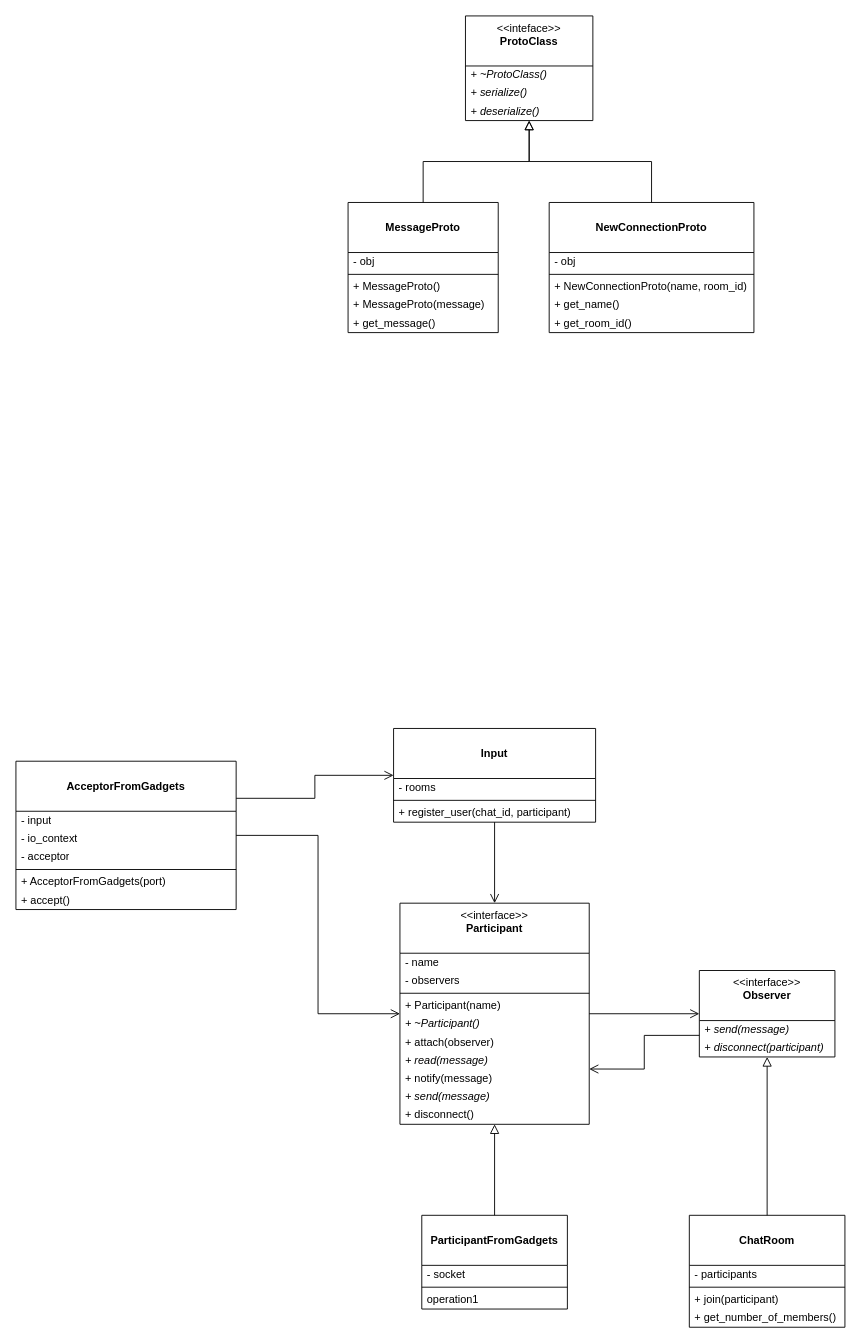
Before: page "Server Code" (3 of 6) of Speaky.drawio in Foxyman-sama/Speaky, a draw.io diagram. Source tidied: cells renumbered, new cells numbered last; positions are measured from the earlier drawing's top-left corner, leaving out a move shared by most shapes. Both pictures are drawn from the tidied source at 91%, with x=0, y=0 at pixel (15, 15).
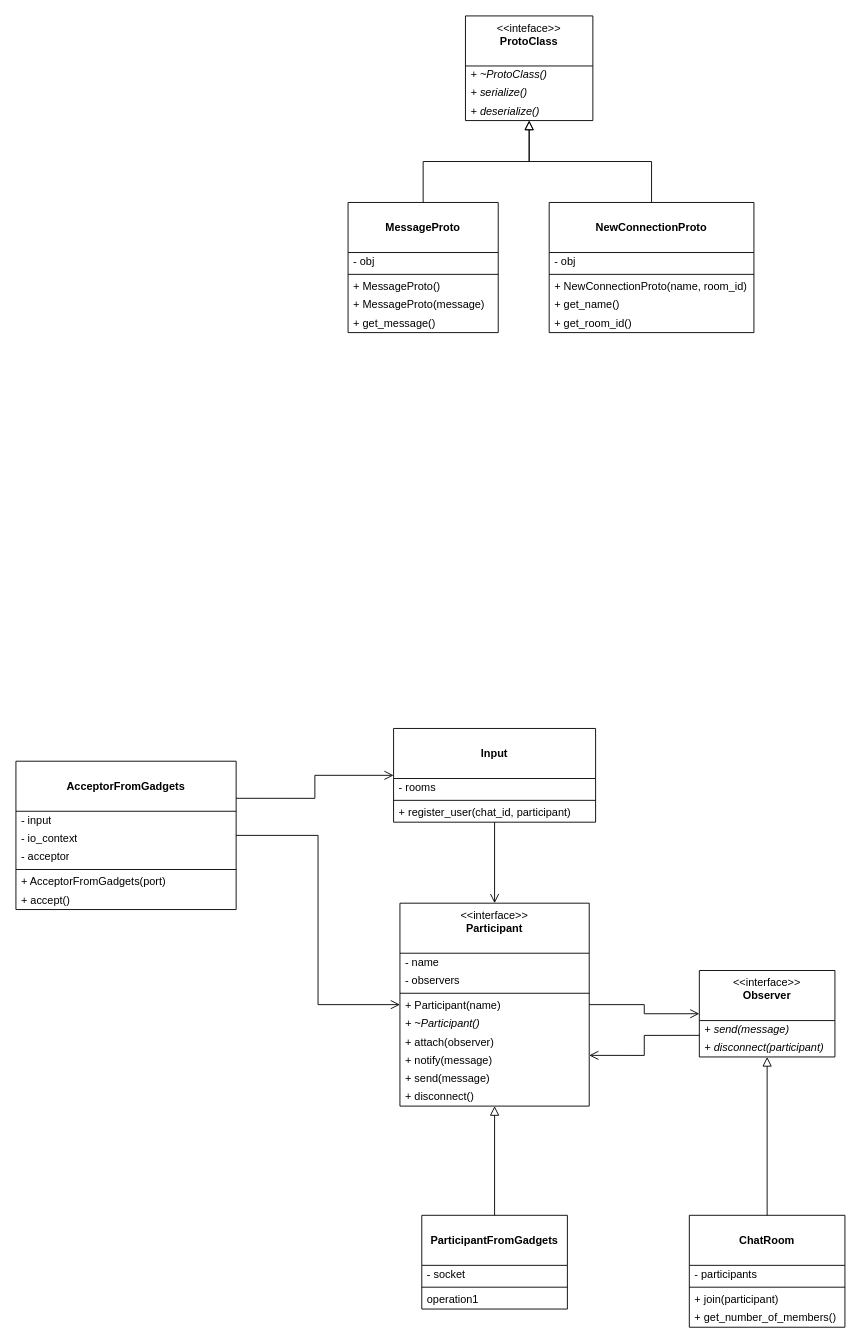
Above is the later version.

The edit, as a diff of the source:
```diff
@@
     <mxCell id="13" value="&amp;lt;&amp;lt;interface&amp;gt;&amp;gt;&lt;br&gt;&lt;b&gt;Participant&lt;/b&gt;&lt;div&gt;&lt;br&gt;&lt;/div&gt;" style="swimlane;fontStyle=0;align=center;verticalAlign=top;horizontal=1;startSize=55;html=1;whiteSpace=wrap;" parent="1" vertex="1">
-      <mxGeometry x="422" y="975" width="208" height="243" as="geometry" />
+      <mxGeometry x="422" y="975" width="208" height="223" as="geometry" />
     </mxCell>
@@
-    <mxCell id="20" value="&lt;i&gt;+ read(message)&lt;/i&gt;" style="text;html=1;strokeColor=none;fillColor=none;align=left;verticalAlign=middle;spacingLeft=4;spacingRight=4;overflow=hidden;whiteSpace=wrap;" parent="13" vertex="1">
-      <mxGeometry y="163" width="208" height="20" as="geometry" />
-    </mxCell>
     <mxCell id="21" value="+ notify(message)" style="text;html=1;strokeColor=none;fillColor=none;align=left;verticalAlign=middle;spacingLeft=4;spacingRight=4;overflow=hidden;whiteSpace=wrap;" parent="13" vertex="1">
-      <mxGeometry y="183" width="208" height="20" as="geometry" />
+      <mxGeometry y="163" width="208" height="20" as="geometry" />
     </mxCell>
-    <mxCell id="22" value="&lt;i&gt;+ send(message)&lt;/i&gt;" style="text;html=1;strokeColor=none;fillColor=none;align=left;verticalAlign=middle;spacingLeft=4;spacingRight=4;overflow=hidden;whiteSpace=wrap;" parent="13" vertex="1">
-      <mxGeometry y="203" width="208" height="20" as="geometry" />
+    <mxCell id="22" value="+ send(message)" style="text;html=1;strokeColor=none;fillColor=none;align=left;verticalAlign=middle;spacingLeft=4;spacingRight=4;overflow=hidden;whiteSpace=wrap;" parent="13" vertex="1">
+      <mxGeometry y="183" width="208" height="20" as="geometry" />
     </mxCell>
     <mxCell id="23" value="+ disconnect()" style="text;html=1;strokeColor=none;fillColor=none;align=left;verticalAlign=middle;spacingLeft=4;spacingRight=4;overflow=hidden;whiteSpace=wrap;" parent="13" vertex="1">
-      <mxGeometry y="223" width="208" height="20" as="geometry" />
+      <mxGeometry y="203" width="208" height="20" as="geometry" />
     </mxCell>
```
